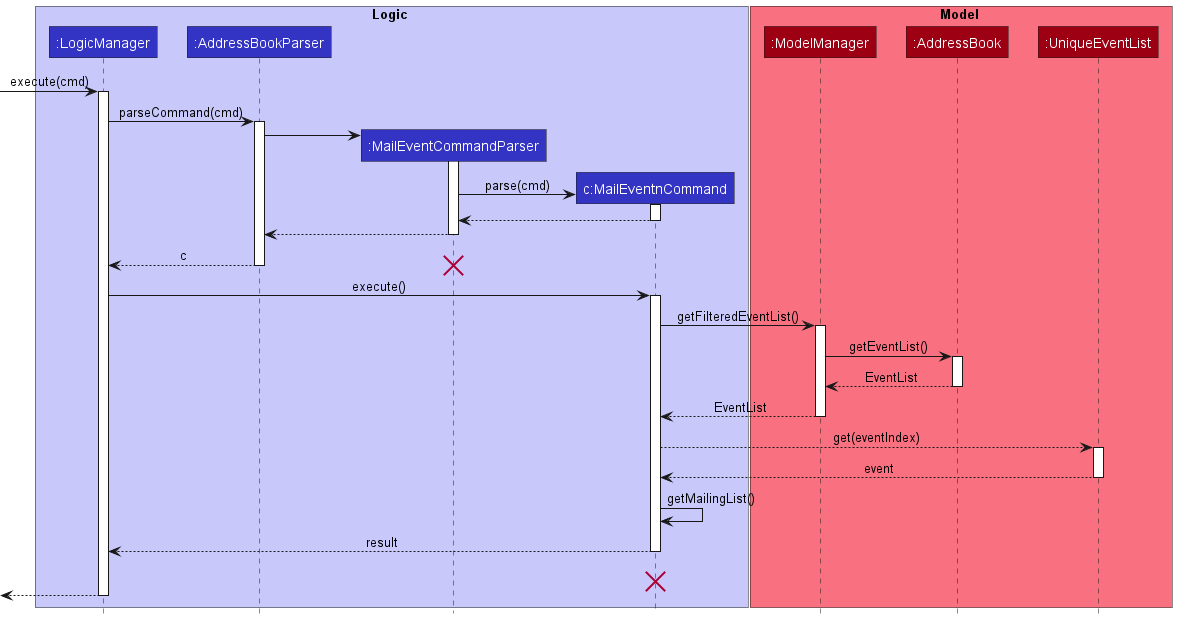
Before: docs/images/MailEventSequenceDiagram.png, a diagram exported from PlantUML (nus-cs2103-AY2223S1/tp).
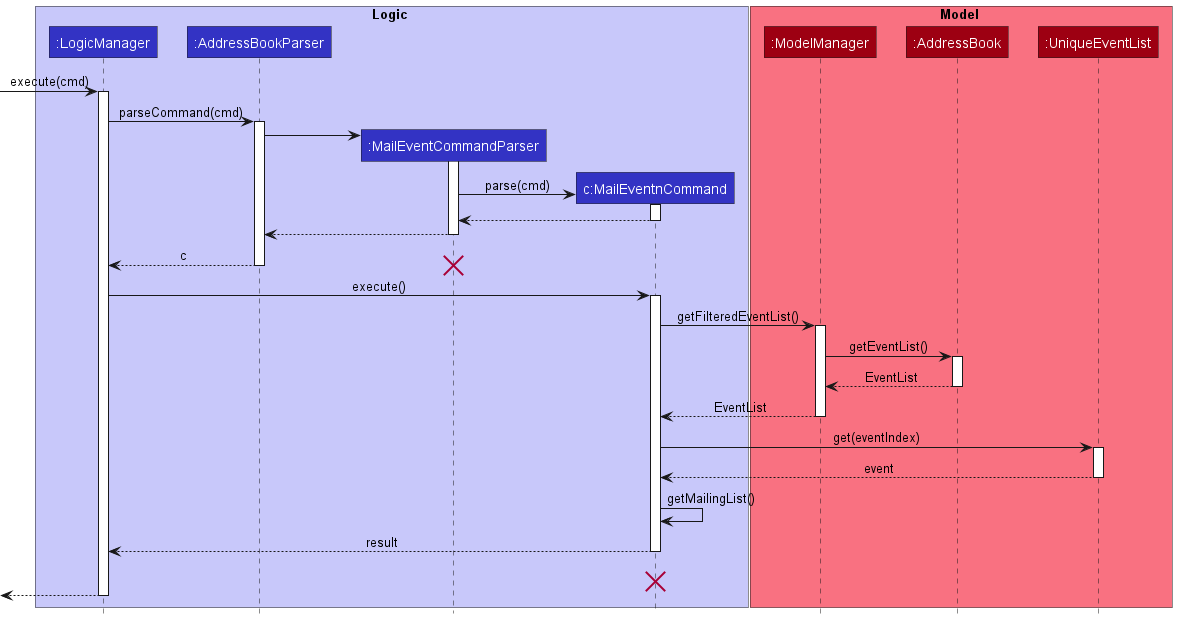
After the commit.

Change to the diagram source:
```diff
@@ -54,7 +54,7 @@
 ModelManager --> MailEventCommand : EventList
 deactivate ModelManager
 
-MailEventCommand --> UniqueEventList : get(eventIndex)
+MailEventCommand -> UniqueEventList : get(eventIndex)
 activate UniqueEventList
 
 UniqueEventList --> MailEventCommand : event
```
